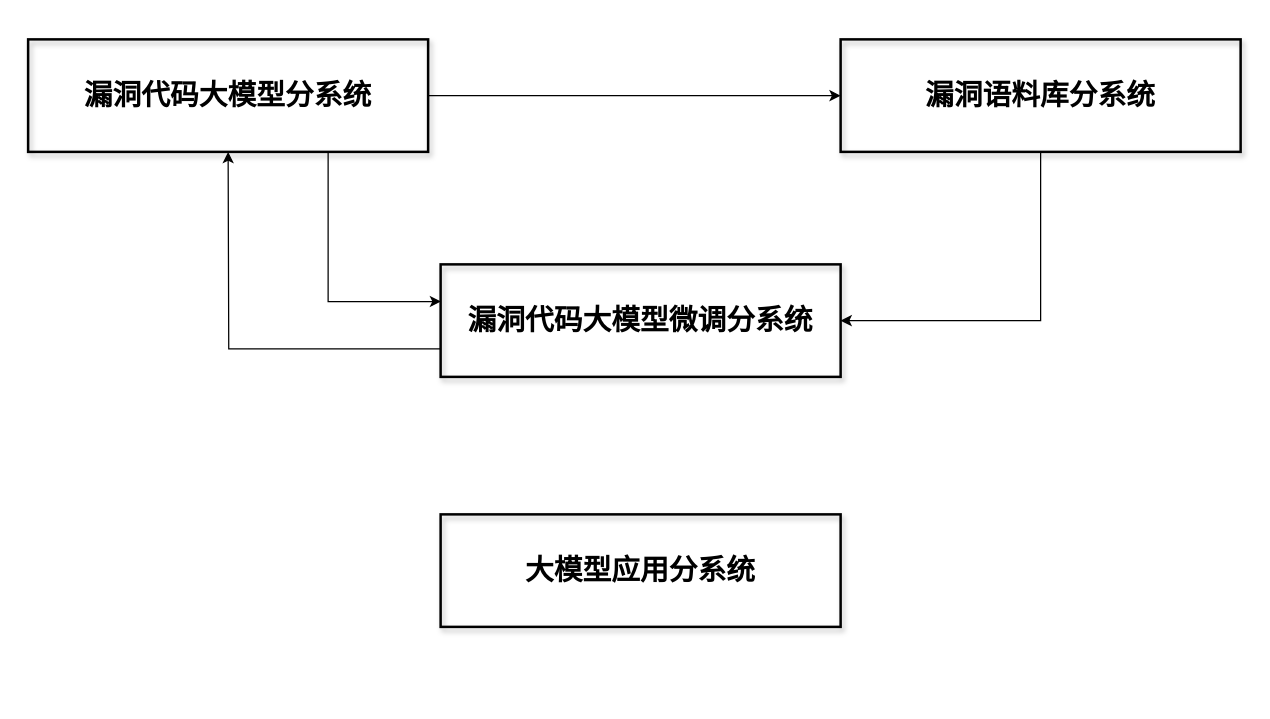
The draw.io diagram 系统——内部信息图.drawio in LovenSar/-, before the edit. Source tidied: cells renumbered, new cells numbered last; positions are measured from the earlier drawing's top-left corner, leaving out a move shared by most shapes. Both pictures are drawn from the tidied source at 125%, with x=0, y=0 at pixel (28, 39).
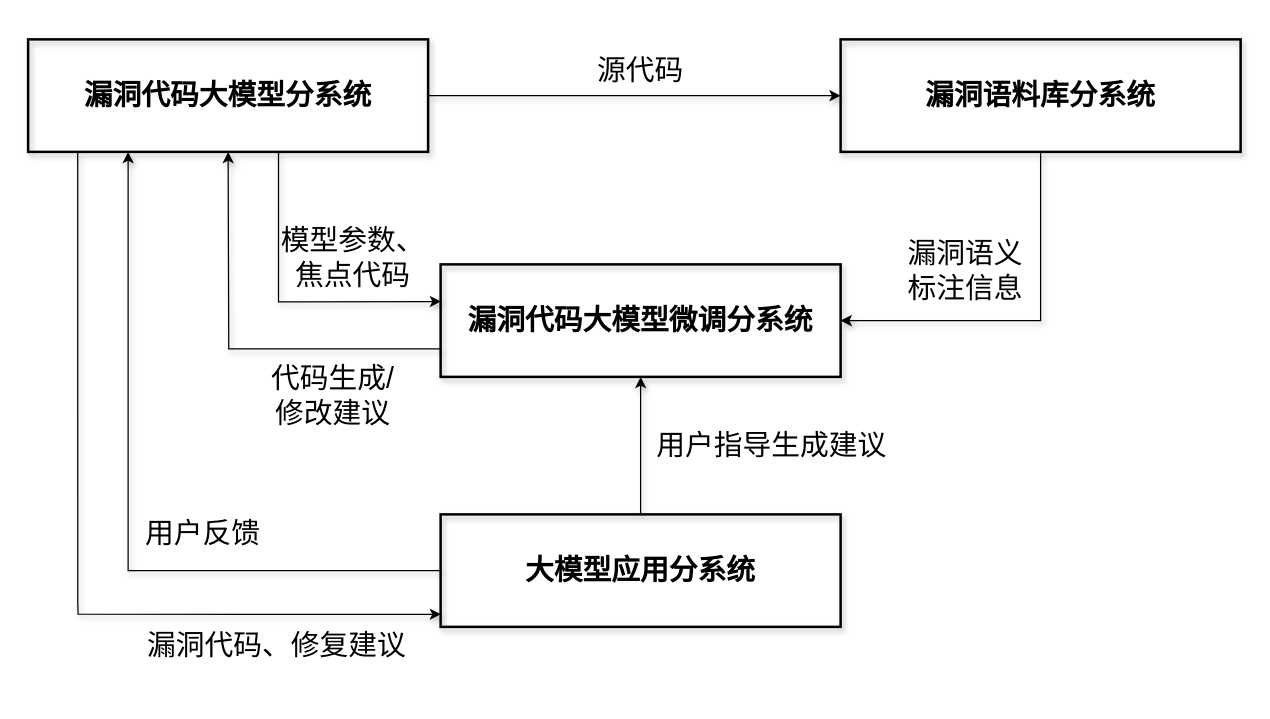
The same diagram, later.

Commit message (it also covers changes not shown here):
更新系统——内部信息图.drawio

The change refers to these unchanged cells:
```xml
<mxCell id="4" value="漏洞代码大模型分系统" style="rounded=0;whiteSpace=wrap;html=1;strokeWidth=2;gradientColor=default;fillColor=none;shadow=1;fontSize=23;fontFamily=宋体;fontStyle=1;" parent="1" vertex="1">
  <mxGeometry width="320" height="90" as="geometry" />
</mxCell>
<mxCell id="6" value="漏洞代码大模型微调分系统" style="rounded=0;whiteSpace=wrap;html=1;strokeWidth=2;gradientColor=default;fillColor=none;shadow=1;fontSize=23;fontFamily=宋体;fontStyle=1;" parent="1" vertex="1">
  <mxGeometry x="330" y="180" width="320" height="90" as="geometry" />
</mxCell>
<mxCell id="8" value="漏洞语料库分系统" style="rounded=0;whiteSpace=wrap;html=1;strokeWidth=2;gradientColor=default;fillColor=none;shadow=1;fontSize=23;fontFamily=宋体;fontStyle=1;" parent="1" vertex="1">
  <mxGeometry x="650" width="320" height="90" as="geometry" />
</mxCell>
<mxCell id="9" value="大模型应用分系统" style="rounded=0;whiteSpace=wrap;html=1;strokeWidth=2;gradientColor=default;fillColor=none;shadow=1;fontSize=23;fontFamily=宋体;fontStyle=1;" parent="1" vertex="1">
  <mxGeometry x="330" y="380" width="320" height="90" as="geometry" />
</mxCell>
```

What changed in the source:
```diff
@@
-    <mxCell id="2" style="edgeStyle=orthogonalEdgeStyle;rounded=0;jettySize=auto;html=1;entryX=0;entryY=0.5;entryDx=0;entryDy=0;" parent="1" edge="1" source="4" target="8">
+    <mxCell id="2" style="edgeStyle=orthogonalEdgeStyle;rounded=0;jettySize=auto;html=1;entryX=0;entryY=0.5;entryDx=0;entryDy=0;shadow=1;" parent="1" edge="1" source="4" target="8">
       <mxGeometry relative="1" as="geometry" />
     </mxCell>
-    <mxCell id="3" style="edgeStyle=orthogonalEdgeStyle;rounded=0;jettySize=auto;html=1;exitX=0.75;exitY=1;exitDx=0;exitDy=0;entryX=0.001;entryY=0.33;entryDx=0;entryDy=0;entryPerimeter=0;" parent="1" edge="1" source="4" target="6">
+    <mxCell id="3" style="edgeStyle=orthogonalEdgeStyle;rounded=0;jettySize=auto;html=1;exitX=0.626;exitY=0.997;exitDx=0;exitDy=0;entryX=0.001;entryY=0.33;entryDx=0;entryDy=0;entryPerimeter=0;exitPerimeter=0;shadow=1;" parent="1" edge="1" source="4" target="6">
       <mxGeometry relative="1" as="geometry">
         <Array as="points">
-          <mxPoint x="240" y="210" />
-          <mxPoint x="330" y="210" />
+          <mxPoint x="200" y="210" />
+          <mxPoint x="210" y="210" />
         </Array>
       </mxGeometry>
     </mxCell>
+    <mxCell id="10" style="edgeStyle=orthogonalEdgeStyle;rounded=0;jettySize=auto;html=1;entryX=0.001;entryY=0.888;entryDx=0;entryDy=0;entryPerimeter=0;exitX=0.124;exitY=1.006;exitDx=0;exitDy=0;exitPerimeter=0;shadow=1;" parent="1" edge="1" source="4" target="9">
+      <mxGeometry relative="1" as="geometry">
+        <Array as="points">
+          <mxPoint x="40" y="450" />
+          <mxPoint x="40" y="460" />
+        </Array>
+      </mxGeometry>
+    </mxCell>
@@
-    <mxCell id="5" style="edgeStyle=orthogonalEdgeStyle;rounded=0;jettySize=auto;html=1;exitX=0;exitY=0.75;exitDx=0;exitDy=0;" parent="1" edge="1" source="6">
+    <mxCell id="5" style="edgeStyle=orthogonalEdgeStyle;rounded=0;jettySize=auto;html=1;exitX=0;exitY=0.75;exitDx=0;exitDy=0;shadow=1;" parent="1" edge="1" source="6">
       <mxGeometry relative="1" as="geometry">
         <mxPoint x="160" y="90" as="targetPoint" />
       </mxGeometry>
     </mxCell>
@@
-    <mxCell id="7" style="edgeStyle=orthogonalEdgeStyle;rounded=0;jettySize=auto;html=1;entryX=1;entryY=0.5;entryDx=0;entryDy=0;" parent="1" edge="1" source="8" target="6">
+    <mxCell id="7" style="edgeStyle=orthogonalEdgeStyle;rounded=0;jettySize=auto;html=1;entryX=1;entryY=0.5;entryDx=0;entryDy=0;shadow=1;" parent="1" edge="1" source="8" target="6">
       <mxGeometry relative="1" as="geometry" />
     </mxCell>
@@
+    <mxCell id="11" style="edgeStyle=orthogonalEdgeStyle;rounded=0;jettySize=auto;html=1;entryX=0.5;entryY=1;entryDx=0;entryDy=0;shadow=1;" parent="1" edge="1" source="9" target="6">
+      <mxGeometry relative="1" as="geometry" />
+    </mxCell>
+    <mxCell id="12" style="edgeStyle=orthogonalEdgeStyle;rounded=0;jettySize=auto;html=1;entryX=0.25;entryY=1;entryDx=0;entryDy=0;shadow=1;" parent="1" edge="1" source="9" target="4">
+      <mxGeometry relative="1" as="geometry" />
+    </mxCell>
@@
+    <mxCell id="13" value="&lt;font style=&quot;font-size: 23px;&quot;&gt;模型参数、焦点代码&lt;/font&gt;" style="text;html=1;align=center;verticalAlign=middle;whiteSpace=wrap;rounded=0;fontFamily=宋体;shadow=1;" parent="1" vertex="1">
+      <mxGeometry x="200" y="140" width="120" height="70" as="geometry" />
+    </mxCell>
+    <mxCell id="14" value="&lt;span style=&quot;font-size: 23px;&quot;&gt;代码生成/修改&lt;/span&gt;&lt;span style=&quot;font-size: 23px; background-color: initial;&quot;&gt;建议&lt;/span&gt;" style="text;html=1;align=center;verticalAlign=middle;whiteSpace=wrap;rounded=0;fontFamily=宋体;shadow=1;" parent="1" vertex="1">
+      <mxGeometry x="184" y="250" width="120" height="70" as="geometry" />
+    </mxCell>
+    <mxCell id="15" value="&lt;font style=&quot;font-size: 23px;&quot;&gt;源代码&lt;/font&gt;" style="text;html=1;align=center;verticalAlign=middle;whiteSpace=wrap;rounded=0;fontFamily=宋体;shadow=1;" parent="1" vertex="1">
+      <mxGeometry x="430" y="-10" width="120" height="70" as="geometry" />
+    </mxCell>
+    <mxCell id="16" value="&lt;font style=&quot;font-size: 23px;&quot;&gt;漏洞语义&lt;/font&gt;&lt;div&gt;&lt;font style=&quot;font-size: 23px;&quot;&gt;标注&lt;/font&gt;&lt;span style=&quot;font-size: 23px; background-color: initial;&quot;&gt;信息&lt;/span&gt;&lt;/div&gt;" style="text;html=1;align=center;verticalAlign=middle;whiteSpace=wrap;rounded=0;fontFamily=宋体;shadow=1;" parent="1" vertex="1">
+      <mxGeometry x="690" y="150" width="120" height="70" as="geometry" />
+    </mxCell>
+    <mxCell id="17" value="&lt;span style=&quot;font-size: 23px;&quot;&gt;用户反馈&lt;/span&gt;" style="text;html=1;align=center;verticalAlign=middle;whiteSpace=wrap;rounded=0;fontFamily=宋体;shadow=1;" parent="1" vertex="1">
+      <mxGeometry x="80" y="360" width="120" height="70" as="geometry" />
+    </mxCell>
+    <mxCell id="18" value="&lt;span style=&quot;font-size: 23px;&quot;&gt;漏洞代码、修复建议&lt;/span&gt;" style="text;html=1;align=center;verticalAlign=middle;whiteSpace=wrap;rounded=0;fontFamily=宋体;shadow=1;" parent="1" vertex="1">
+      <mxGeometry x="94" y="450" width="210" height="70" as="geometry" />
+    </mxCell>
+    <mxCell id="19" value="&lt;span style=&quot;font-size: 23px;&quot;&gt;用户指导生成建议&lt;/span&gt;" style="text;html=1;align=center;verticalAlign=middle;whiteSpace=wrap;rounded=0;fontFamily=宋体;shadow=1;" parent="1" vertex="1">
+      <mxGeometry x="490" y="290" width="210" height="70" as="geometry" />
+    </mxCell>
```
